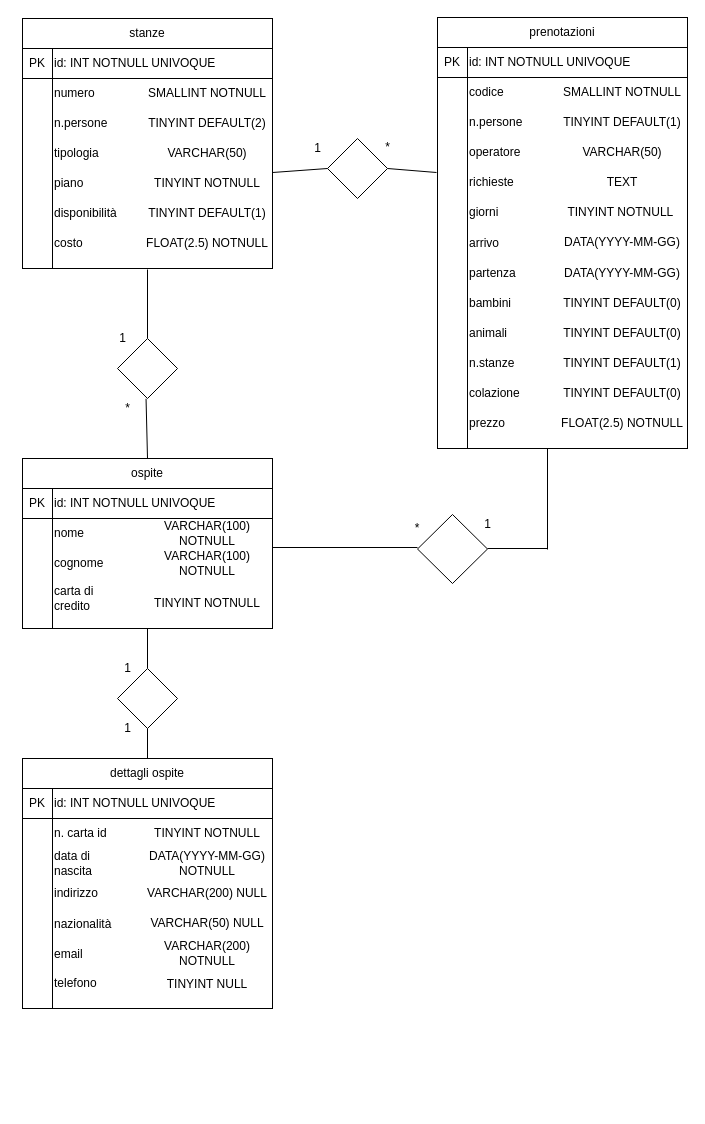
mdecrema/db-first keeps this draw.io diagram as Untitled Diagram.drawio. Above is the earlier version. Source tidied: cells renumbered, new cells numbered last; positions are measured from the earlier drawing's top-left corner, leaving out a move shared by most shapes. Both pictures are drawn from the tidied source at 100%, with x=0, y=0 at pixel (22, 17).
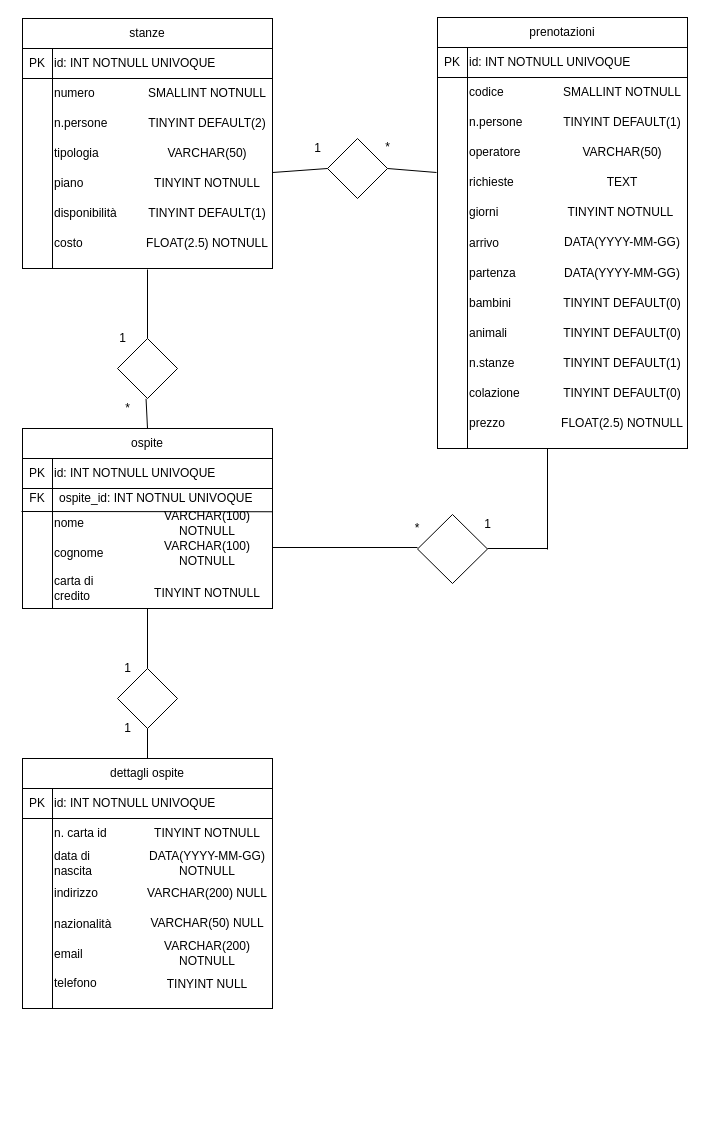
The same page after the edit.

Commit message:
foreign key

Change to the diagram source:
```diff
@@
     <mxCell id="53" style="shape=internalStorage;whiteSpace=wrap;html=1;backgroundOutline=1;dx=30;dy=30;" parent="1" vertex="1">
-      <mxGeometry y="471" width="250" height="140" as="geometry" />
+      <mxGeometry y="441" width="250" height="150" as="geometry" />
     </mxCell>
     <mxCell id="54" style="rounded=0;whiteSpace=wrap;html=1;" parent="1" vertex="1">
-      <mxGeometry y="441" width="250" height="30" as="geometry" />
+      <mxGeometry y="411" width="250" height="30" as="geometry" />
     </mxCell>
     <mxCell id="55" value="PK" style="text;html=1;strokeColor=none;fillColor=none;align=center;verticalAlign=middle;whiteSpace=wrap;rounded=0;" parent="1" vertex="1">
-      <mxGeometry y="471" width="30" height="30" as="geometry" />
+      <mxGeometry y="441" width="30" height="30" as="geometry" />
     </mxCell>
     <mxCell id="56" value="id: INT NOTNULL UNIVOQUE" style="text;html=1;strokeColor=none;fillColor=none;align=left;verticalAlign=middle;whiteSpace=wrap;rounded=0;" parent="1" vertex="1">
-      <mxGeometry x="30" y="471" width="220" height="30" as="geometry" />
+      <mxGeometry x="30" y="441" width="220" height="30" as="geometry" />
     </mxCell>
     <mxCell id="57" value="nome" style="text;html=1;strokeColor=none;fillColor=none;align=left;verticalAlign=middle;whiteSpace=wrap;rounded=0;" parent="1" vertex="1">
-      <mxGeometry x="30" y="501" width="60" height="30" as="geometry" />
+      <mxGeometry x="30" y="491" width="60" height="30" as="geometry" />
     </mxCell>
     <mxCell id="58" value="cognome" style="text;html=1;strokeColor=none;fillColor=none;align=left;verticalAlign=middle;whiteSpace=wrap;rounded=0;" parent="1" vertex="1">
-      <mxGeometry x="30" y="531" width="60" height="30" as="geometry" />
+      <mxGeometry x="30" y="521" width="60" height="30" as="geometry" />
     </mxCell>
     <mxCell id="59" value="VARCHAR(100) NOTNULL" style="text;html=1;strokeColor=none;fillColor=none;align=center;verticalAlign=middle;whiteSpace=wrap;rounded=0;" parent="1" vertex="1">
-      <mxGeometry x="120" y="501" width="130" height="30" as="geometry" />
+      <mxGeometry x="120" y="491" width="130" height="30" as="geometry" />
     </mxCell>
     <mxCell id="60" value="VARCHAR(100) NOTNULL" style="text;html=1;strokeColor=none;fillColor=none;align=center;verticalAlign=middle;whiteSpace=wrap;rounded=0;" parent="1" vertex="1">
-      <mxGeometry x="120" y="531" width="130" height="30" as="geometry" />
+      <mxGeometry x="120" y="521" width="130" height="30" as="geometry" />
     </mxCell>
     <mxCell id="61" value="ospite" style="text;html=1;strokeColor=none;fillColor=none;align=center;verticalAlign=middle;whiteSpace=wrap;rounded=0;" parent="1" vertex="1">
-      <mxGeometry x="10" y="446" width="230" height="20" as="geometry" />
+      <mxGeometry x="10" y="416" width="230" height="20" as="geometry" />
     </mxCell>
@@
     <mxCell id="87" value="carta di credito" style="text;html=1;strokeColor=none;fillColor=none;align=left;verticalAlign=middle;whiteSpace=wrap;rounded=0;" parent="1" vertex="1">
-      <mxGeometry x="30" y="566" width="60" height="30" as="geometry" />
+      <mxGeometry x="30" y="556" width="60" height="30" as="geometry" />
     </mxCell>
@@
     <mxCell id="92" value="TINYINT NOTNULL" style="text;html=1;strokeColor=none;fillColor=none;align=center;verticalAlign=middle;whiteSpace=wrap;rounded=0;" parent="1" vertex="1">
-      <mxGeometry x="120" y="571" width="130" height="30" as="geometry" />
+      <mxGeometry x="120" y="561" width="130" height="30" as="geometry" />
     </mxCell>
@@
+    <mxCell id="100" style="endArrow=none;html=1;entryX=0.998;entryY=0.355;entryDx=0;entryDy=0;entryPerimeter=0;" parent="1" edge="1" target="53">
+      <mxGeometry relative="1" as="geometry">
+        <mxPoint x="-1" y="494" as="sourcePoint" />
+      </mxGeometry>
+    </mxCell>
+    <mxCell id="101" value="FK" style="text;html=1;strokeColor=none;fillColor=none;align=center;verticalAlign=middle;whiteSpace=wrap;rounded=0;" parent="1" vertex="1">
+      <mxGeometry x="-5" y="471" width="40" height="20" as="geometry" />
+    </mxCell>
+    <mxCell id="102" value="ospite_id: INT NOTNUL UNIVOQUE" style="text;html=1;strokeColor=none;fillColor=none;align=left;verticalAlign=middle;whiteSpace=wrap;rounded=0;" parent="1" vertex="1">
+      <mxGeometry x="35" y="471" width="200" height="20" as="geometry" />
+    </mxCell>
```
